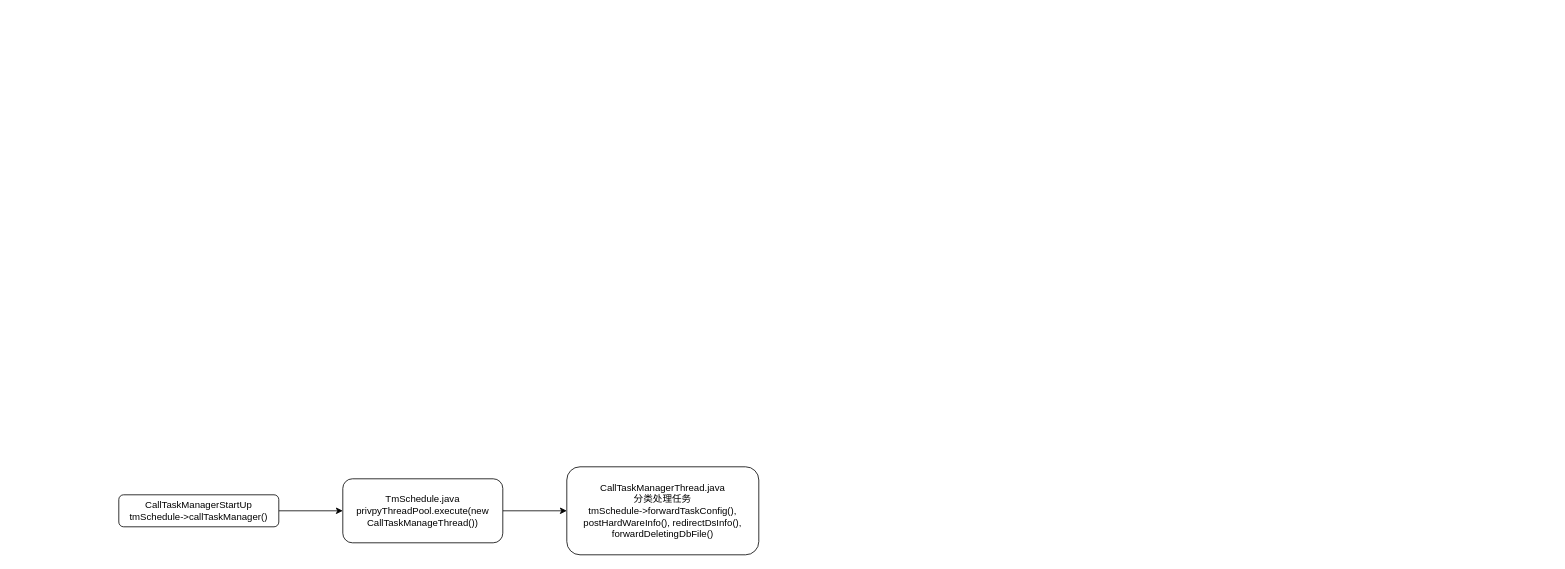
Earlier version of the draw.io diagram web service.drawio (yankaili2006/wiki). Source tidied: cells renumbered, new cells numbered last; positions are measured from the earlier drawing's top-left corner, leaving out a move shared by most shapes. Both pictures are drawn from the tidied source at 80%, with x=0, y=0 at pixel (118, 466).
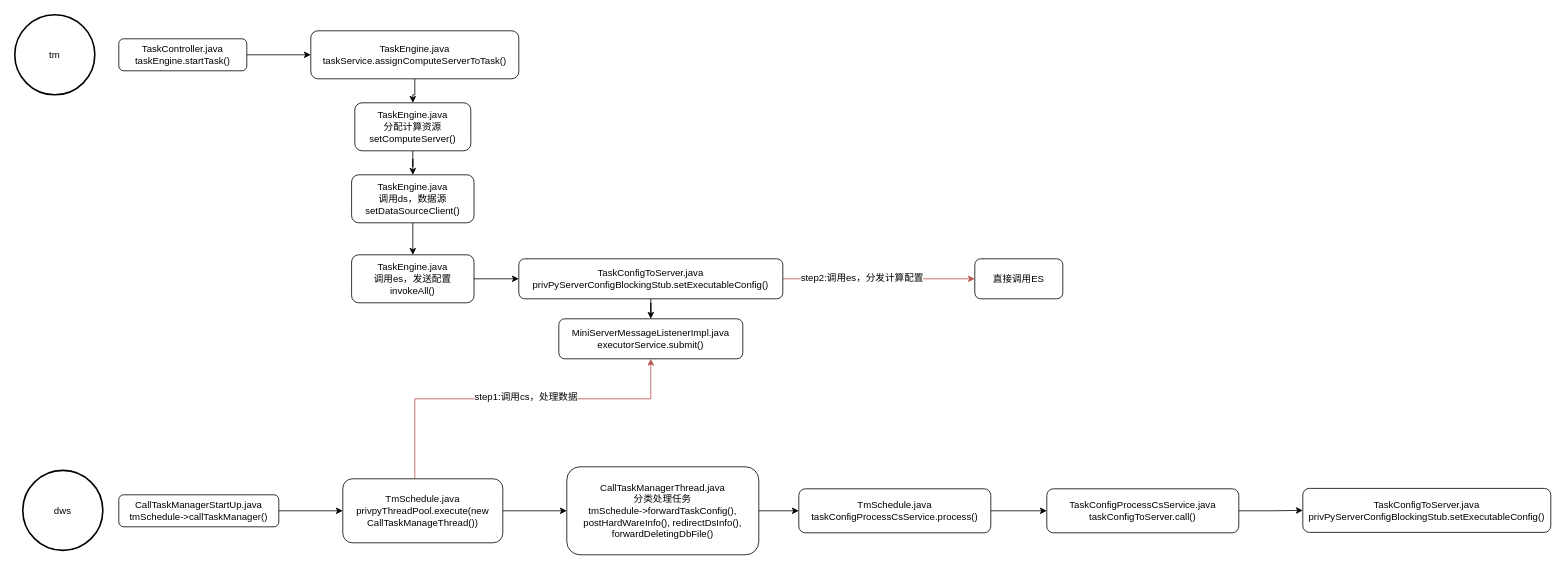
Above is the later version.

The change refers to these unchanged cells:
```xml
<mxCell id="5" value="TmSchedule.java&lt;br&gt;privpyThreadPool.execute(new CallTaskManageThread())&lt;br&gt;" style="shape=ext;rounded=1;html=1;whiteSpace=wrap;" parent="1" vertex="1">
  <mxGeometry x="280" y="15" width="200" height="80" as="geometry" />
</mxCell>
<mxCell id="6" value="CallTaskManagerThread.java&lt;br&gt;分类处理任务&lt;br&gt;tmSchedule-&amp;gt;forwardTaskConfig(), postHardWareInfo(), redirectDsInfo(), forwardDeletingDbFile()&lt;br&gt;" style="shape=ext;rounded=1;html=1;whiteSpace=wrap;" parent="1" vertex="1">
  <mxGeometry x="560" width="240" height="110" as="geometry" />
</mxCell>
```

Change to the diagram source:
```diff
@@
-    <mxCell id="3" value="CallTaskManagerStartUp&lt;br&gt;tmSchedule-&amp;gt;callTaskManager()&lt;br&gt;" style="shape=ext;rounded=1;html=1;whiteSpace=wrap;" parent="1" vertex="1">
+    <mxCell id="3" value="CallTaskManagerStartUp.java&lt;br&gt;tmSchedule-&amp;gt;callTaskManager()&lt;br&gt;" style="shape=ext;rounded=1;html=1;whiteSpace=wrap;" parent="1" vertex="1">
       <mxGeometry y="35" width="200" height="40" as="geometry" />
     </mxCell>
@@
+    <mxCell id="7" style="edgeStyle=orthogonalEdgeStyle;rounded=0;jettySize=auto;html=1;entryX=0.5;entryY=1;entryDx=0;entryDy=0;fillColor=#f8cecc;strokeColor=#b85450;" parent="1" edge="1" source="5" target="20">
+      <mxGeometry relative="1" as="geometry">
+        <Array as="points">
+          <mxPoint x="370" y="-85" />
+          <mxPoint x="665" y="-85" />
+        </Array>
+      </mxGeometry>
+    </mxCell>
+    <mxCell id="8" value="step1:调用cs，处理数据" style="text;html=1;align=center;verticalAlign=middle;labelBackgroundColor=#ffffff;" parent="7" vertex="1">
+      <mxGeometry x="0.07" y="3" relative="1" as="geometry" />
+    </mxCell>
@@
+    <mxCell id="9" style="edgeStyle=orthogonalEdgeStyle;rounded=0;jettySize=auto;html=1;" parent="1" edge="1" source="6" target="11">
+      <mxGeometry relative="1" as="geometry" />
+    </mxCell>
@@
+    <mxCell id="10" style="edgeStyle=orthogonalEdgeStyle;rounded=0;jettySize=auto;html=1;" parent="1" edge="1" source="11" target="13">
+      <mxGeometry relative="1" as="geometry" />
+    </mxCell>
+    <mxCell id="11" value="TmSchedule.java&lt;br&gt;taskConfigProcessCsService.process()&lt;br&gt;" style="shape=ext;rounded=1;html=1;whiteSpace=wrap;" parent="1" vertex="1">
+      <mxGeometry x="850" y="27.5" width="240" height="55" as="geometry" />
+    </mxCell>
+    <mxCell id="12" style="edgeStyle=orthogonalEdgeStyle;rounded=0;jettySize=auto;html=1;" parent="1" edge="1" source="13" target="14">
+      <mxGeometry relative="1" as="geometry" />
+    </mxCell>
+    <mxCell id="13" value="TaskConfigProcessCsService.java&lt;br&gt;taskConfigToServer.call()&lt;br&gt;" style="shape=ext;rounded=1;html=1;whiteSpace=wrap;" parent="1" vertex="1">
+      <mxGeometry x="1160" y="27.5" width="240" height="55" as="geometry" />
+    </mxCell>
+    <mxCell id="14" value="TaskConfigToServer.java&lt;br&gt;privPyServerConfigBlockingStub.setExecutableConfig()&lt;br&gt;" style="shape=ext;rounded=1;html=1;whiteSpace=wrap;" parent="1" vertex="1">
+      <mxGeometry x="1480" y="27" width="310" height="55" as="geometry" />
+    </mxCell>
+    <mxCell id="15" style="edgeStyle=orthogonalEdgeStyle;rounded=0;jettySize=auto;html=1;" parent="1" edge="1" source="18" target="20">
+      <mxGeometry relative="1" as="geometry" />
+    </mxCell>
+    <mxCell id="16" style="edgeStyle=orthogonalEdgeStyle;rounded=0;jettySize=auto;html=1;fillColor=#f8cecc;strokeColor=#b85450;" parent="1" edge="1" source="18" target="19">
+      <mxGeometry relative="1" as="geometry" />
+    </mxCell>
+    <mxCell id="17" value="step2:调用es，分发计算配置" style="text;html=1;align=center;verticalAlign=middle;labelBackgroundColor=#ffffff;" parent="16" vertex="1">
+      <mxGeometry x="-0.18" y="2" relative="1" as="geometry" />
+    </mxCell>
+    <mxCell id="18" value="TaskConfigToServer.java&lt;br&gt;privPyServerConfigBlockingStub.setExecutableConfig()&lt;br&gt;" style="shape=ext;rounded=1;html=1;whiteSpace=wrap;" parent="1" vertex="1">
+      <mxGeometry x="500" y="-260" width="330" height="50" as="geometry" />
+    </mxCell>
+    <mxCell id="19" value="直接调用ES" style="shape=ext;rounded=1;html=1;whiteSpace=wrap;" parent="1" vertex="1">
+      <mxGeometry x="1070" y="-260" width="110" height="50" as="geometry" />
+    </mxCell>
+    <mxCell id="20" value="MiniServerMessageListenerImpl.java&lt;br&gt;executorService.submit()&lt;br&gt;" style="shape=ext;rounded=1;html=1;whiteSpace=wrap;" parent="1" vertex="1">
+      <mxGeometry x="550" y="-185" width="230" height="50" as="geometry" />
+    </mxCell>
+    <mxCell id="21" value="dws" style="strokeWidth=2;html=1;shape=mxgraph.flowchart.start_2;whiteSpace=wrap;" parent="1" vertex="1">
+      <mxGeometry x="-120" y="4.5" width="100" height="100" as="geometry" />
+    </mxCell>
+    <mxCell id="22" value="tm" style="strokeWidth=2;html=1;shape=mxgraph.flowchart.start_2;whiteSpace=wrap;" parent="1" vertex="1">
+      <mxGeometry x="-130" y="-565" width="100" height="100" as="geometry" />
+    </mxCell>
+    <mxCell id="23" style="edgeStyle=orthogonalEdgeStyle;rounded=0;jettySize=auto;html=1;" parent="1" edge="1" source="24" target="26">
+      <mxGeometry relative="1" as="geometry" />
+    </mxCell>
+    <mxCell id="24" value="TaskController.java&lt;br&gt;taskEngine.startTask()&lt;br&gt;" style="shape=ext;rounded=1;html=1;whiteSpace=wrap;" parent="1" vertex="1">
+      <mxGeometry y="-535" width="160" height="40" as="geometry" />
+    </mxCell>
+    <mxCell id="25" style="edgeStyle=orthogonalEdgeStyle;rounded=0;jettySize=auto;html=1;" parent="1" edge="1" source="26" target="28">
+      <mxGeometry relative="1" as="geometry" />
+    </mxCell>
+    <mxCell id="26" value="TaskEngine.java&lt;br&gt;taskService.assignComputeServerToTask()&lt;br&gt;" style="shape=ext;rounded=1;html=1;whiteSpace=wrap;" parent="1" vertex="1">
+      <mxGeometry x="240" y="-545" width="260" height="60" as="geometry" />
+    </mxCell>
+    <mxCell id="27" style="edgeStyle=orthogonalEdgeStyle;rounded=0;jettySize=auto;html=1;" parent="1" edge="1" source="28" target="30">
+      <mxGeometry relative="1" as="geometry" />
+    </mxCell>
+    <mxCell id="28" value="TaskEngine.java&lt;br&gt;分配计算资源&lt;br&gt;setComputeServer()&lt;br&gt;" style="shape=ext;rounded=1;html=1;whiteSpace=wrap;" parent="1" vertex="1">
+      <mxGeometry x="295" y="-455" width="145" height="60" as="geometry" />
+    </mxCell>
+    <mxCell id="29" style="edgeStyle=orthogonalEdgeStyle;rounded=0;jettySize=auto;html=1;" parent="1" edge="1" source="30" target="32">
+      <mxGeometry relative="1" as="geometry" />
+    </mxCell>
+    <mxCell id="30" value="TaskEngine.java&lt;br&gt;调用ds，数据源&lt;br&gt;setDataSourceClient()&lt;br&gt;" style="shape=ext;rounded=1;html=1;whiteSpace=wrap;" parent="1" vertex="1">
+      <mxGeometry x="291" y="-365" width="153" height="60" as="geometry" />
+    </mxCell>
+    <mxCell id="31" style="edgeStyle=orthogonalEdgeStyle;rounded=0;jettySize=auto;html=1;" parent="1" edge="1" source="32" target="18">
+      <mxGeometry relative="1" as="geometry" />
+    </mxCell>
+    <mxCell id="32" value="TaskEngine.java&lt;br&gt;调用es，发送配置&lt;br&gt;invokeAll()&lt;br&gt;" style="shape=ext;rounded=1;html=1;whiteSpace=wrap;" parent="1" vertex="1">
+      <mxGeometry x="291" y="-265" width="153" height="60" as="geometry" />
+    </mxCell>
```
